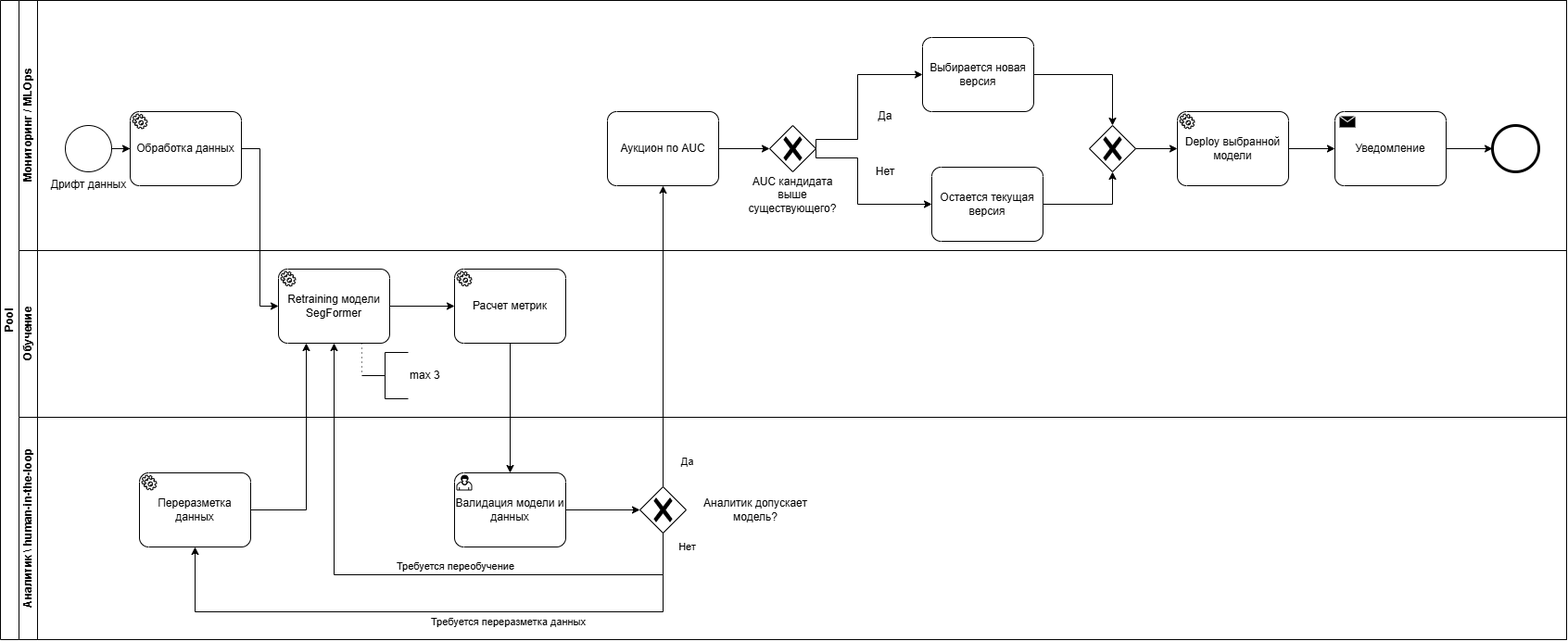
Above: автоматизация МО.drawio.png in tvsmsa/segmentation-biomarkers-ml (draw.io), before the change. Source tidied: cells renumbered, new cells last; positions are measured from the earlier drawing's top-left corner, leaving out a move shared by most shapes.
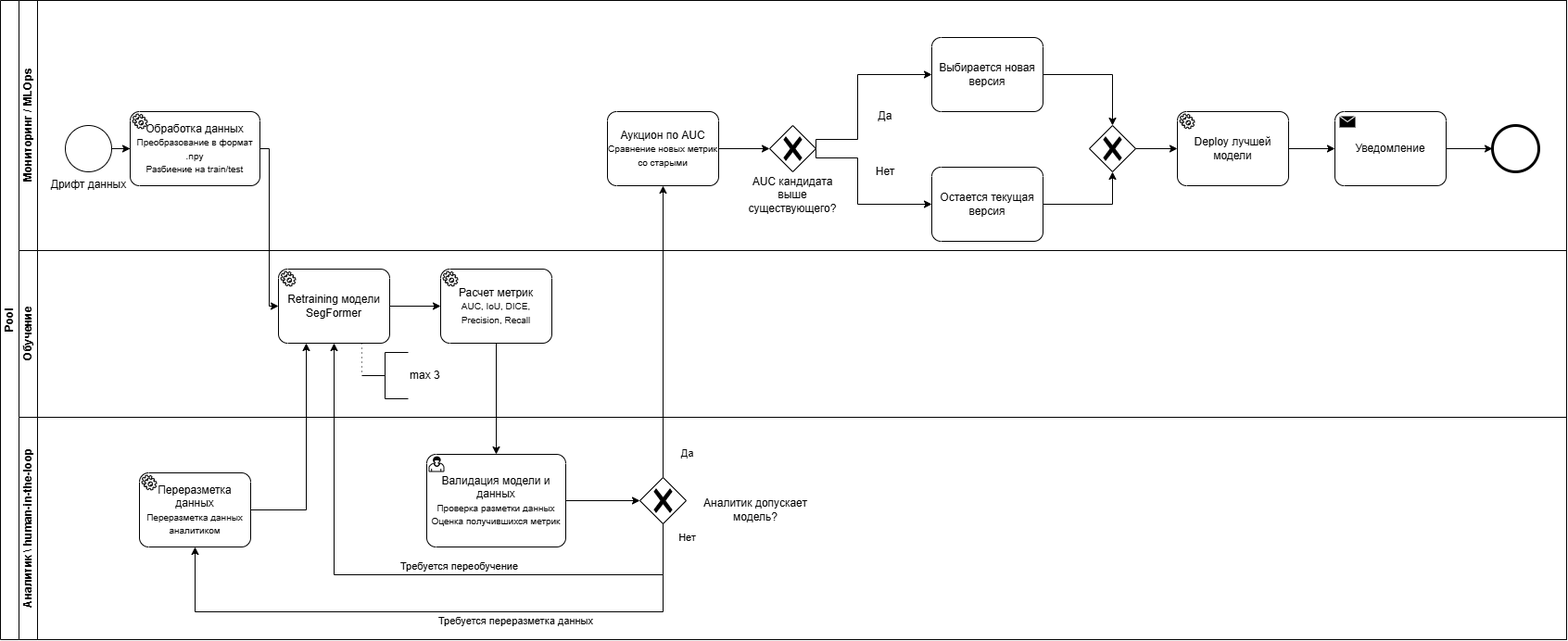
Later version of the same file.

The edit, as a diff of the source:
```diff
@@ -14,13 +14,13 @@
     <mxCell id="5" style="points=[[0.145,0.145,0],[0.5,0,0],[0.855,0.145,0],[1,0.5,0],[0.855,0.855,0],[0.5,1,0],[0.145,0.855,0],[0,0.5,0]];shape=mxgraph.bpmn.event;html=1;verticalLabelPosition=bottom;labelBackgroundColor=#ffffff;verticalAlign=top;align=center;perimeter=ellipsePerimeter;outlineConnect=0;outline=end;symbol=terminate2;" parent="3" vertex="1">
       <mxGeometry x="1590" y="135" width="50" height="50" as="geometry" />
     </mxCell>
-    <mxCell id="6" value="Обработка данных" style="points=[[0.25,0,0],[0.5,0,0],[0.75,0,0],[1,0.25,0],[1,0.5,0],[1,0.75,0],[0.75,1,0],[0.5,1,0],[0.25,1,0],[0,0.75,0],[0,0.5,0],[0,0.25,0]];shape=mxgraph.bpmn.task2;whiteSpace=wrap;rectStyle=rounded;size=10;html=1;taskMarker=service;" parent="3" vertex="1">
-      <mxGeometry x="120" y="120" width="120" height="80" as="geometry" />
+    <mxCell id="6" value="Обработка данных&lt;div&gt;&lt;font size=&quot;1&quot;&gt;Преобразование в формат .npy&lt;br&gt;Разбиение на train/test&lt;/font&gt;&lt;/div&gt;" style="points=[[0.25,0,0],[0.5,0,0],[0.75,0,0],[1,0.25,0],[1,0.5,0],[1,0.75,0],[0.75,1,0],[0.5,1,0],[0.25,1,0],[0,0.75,0],[0,0.5,0],[0,0.25,0]];shape=mxgraph.bpmn.task2;whiteSpace=wrap;rectStyle=rounded;size=10;html=1;taskMarker=service;" parent="3" vertex="1">
+      <mxGeometry x="120" y="120" width="140" height="80" as="geometry" />
     </mxCell>
     <mxCell id="7" style="edgeStyle=orthogonalEdgeStyle;rounded=0;jettySize=auto;html=1;entryX=0;entryY=0.5;entryDx=0;entryDy=0;entryPerimeter=0;" parent="3" edge="1" source="4" target="6">
       <mxGeometry relative="1" as="geometry" />
     </mxCell>
-    <mxCell id="8" value="Аукцион по AUC" style="points=[[0.25,0,0],[0.5,0,0],[0.75,0,0],[1,0.25,0],[1,0.5,0],[1,0.75,0],[0.75,1,0],[0.5,1,0],[0.25,1,0],[0,0.75,0],[0,0.5,0],[0,0.25,0]];shape=mxgraph.bpmn.task2;whiteSpace=wrap;rectStyle=rounded;size=10;html=1;taskMarker=abstract;" parent="3" vertex="1">
+    <mxCell id="8" value="Аукцион по AUC&lt;br&gt;&lt;font size=&quot;1&quot;&gt;Сравнение новых метрик со старыми&lt;/font&gt;" style="points=[[0.25,0,0],[0.5,0,0],[0.75,0,0],[1,0.25,0],[1,0.5,0],[1,0.75,0],[0.75,1,0],[0.5,1,0],[0.25,1,0],[0,0.75,0],[0,0.5,0],[0,0.25,0]];shape=mxgraph.bpmn.task2;whiteSpace=wrap;rectStyle=rounded;size=10;html=1;taskMarker=abstract;" parent="3" vertex="1">
       <mxGeometry x="635" y="120" width="120" height="80" as="geometry" />
     </mxCell>
     <mxCell id="9" style="edgeStyle=orthogonalEdgeStyle;rounded=0;jettySize=auto;html=1;entryX=0.5;entryY=1;entryDx=0;entryDy=0;entryPerimeter=0;exitX=1;exitY=0.5;exitDx=0;exitDy=0;exitPerimeter=0;" parent="3" edge="1" source="16" target="11">
@@ -54,7 +54,7 @@
       </mxGeometry>
     </mxCell>
     <mxCell id="15" value="&lt;span style=&quot;background-color: rgb(255, 255, 255);&quot;&gt;Выбирается новая версия&lt;/span&gt;" style="points=[[0.25,0,0],[0.5,0,0],[0.75,0,0],[1,0.25,0],[1,0.5,0],[1,0.75,0],[0.75,1,0],[0.5,1,0],[0.25,1,0],[0,0.75,0],[0,0.5,0],[0,0.25,0]];shape=mxgraph.bpmn.task2;whiteSpace=wrap;rectStyle=rounded;size=10;html=1;taskMarker=abstract;" parent="3" vertex="1">
-      <mxGeometry x="975" y="40" width="120" height="80" as="geometry" />
+      <mxGeometry x="985" y="40" width="120" height="80" as="geometry" />
     </mxCell>
     <mxCell id="16" value="&lt;span style=&quot;background-color: rgb(255, 255, 255);&quot;&gt;Остается текущая версия&lt;/span&gt;" style="points=[[0.25,0,0],[0.5,0,0],[0.75,0,0],[1,0.25,0],[1,0.5,0],[1,0.75,0],[0.75,1,0],[0.5,1,0],[0.25,1,0],[0,0.75,0],[0,0.5,0],[0,0.25,0]];shape=mxgraph.bpmn.task2;whiteSpace=wrap;rectStyle=rounded;size=10;html=1;taskMarker=abstract;" parent="3" vertex="1">
       <mxGeometry x="985" y="180" width="120" height="80" as="geometry" />
@@ -71,7 +71,7 @@
     <mxCell id="20" value="Уведомление" style="points=[[0.25,0,0],[0.5,0,0],[0.75,0,0],[1,0.25,0],[1,0.5,0],[1,0.75,0],[0.75,1,0],[0.5,1,0],[0.25,1,0],[0,0.75,0],[0,0.5,0],[0,0.25,0]];shape=mxgraph.bpmn.task2;whiteSpace=wrap;rectStyle=rounded;size=10;html=1;taskMarker=send;" parent="3" vertex="1">
       <mxGeometry x="1420" y="120" width="120" height="80" as="geometry" />
     </mxCell>
-    <mxCell id="21" value="Deploy выбранной модели" style="points=[[0.25,0,0],[0.5,0,0],[0.75,0,0],[1,0.25,0],[1,0.5,0],[1,0.75,0],[0.75,1,0],[0.5,1,0],[0.25,1,0],[0,0.75,0],[0,0.5,0],[0,0.25,0]];shape=mxgraph.bpmn.task2;whiteSpace=wrap;rectStyle=rounded;size=10;html=1;taskMarker=service;" parent="3" vertex="1">
+    <mxCell id="21" value="Deploy лучшей модели" style="points=[[0.25,0,0],[0.5,0,0],[0.75,0,0],[1,0.25,0],[1,0.5,0],[1,0.75,0],[0.75,1,0],[0.5,1,0],[0.25,1,0],[0,0.75,0],[0,0.5,0],[0,0.25,0]];shape=mxgraph.bpmn.task2;whiteSpace=wrap;rectStyle=rounded;size=10;html=1;taskMarker=service;" parent="3" vertex="1">
       <mxGeometry x="1250" y="120" width="120" height="80" as="geometry" />
     </mxCell>
     <mxCell id="22" style="edgeStyle=orthogonalEdgeStyle;rounded=0;jettySize=auto;html=1;entryX=0;entryY=0.5;entryDx=0;entryDy=0;entryPerimeter=0;" parent="3" edge="1" source="11" target="21">
@@ -101,17 +101,17 @@
     <mxCell id="30" style="edgeStyle=orthogonalEdgeStyle;rounded=0;jettySize=auto;html=1;entryX=0;entryY=0.5;entryDx=0;entryDy=0;entryPerimeter=0;" parent="26" edge="1" source="27" target="31">
       <mxGeometry relative="1" as="geometry" />
     </mxCell>
-    <mxCell id="31" value="Расчет метрик" style="points=[[0.25,0,0],[0.5,0,0],[0.75,0,0],[1,0.25,0],[1,0.5,0],[1,0.75,0],[0.75,1,0],[0.5,1,0],[0.25,1,0],[0,0.75,0],[0,0.5,0],[0,0.25,0]];shape=mxgraph.bpmn.task2;whiteSpace=wrap;rectStyle=rounded;size=10;html=1;taskMarker=service;" parent="26" vertex="1">
-      <mxGeometry x="470" y="20" width="120" height="80" as="geometry" />
+    <mxCell id="31" value="Расчет метрик&lt;br&gt;&lt;font size=&quot;1&quot;&gt;AUC, IoU, DICE, Precision, Recall&lt;/font&gt;" style="points=[[0.25,0,0],[0.5,0,0],[0.75,0,0],[1,0.25,0],[1,0.5,0],[1,0.75,0],[0.75,1,0],[0.5,1,0],[0.25,1,0],[0,0.75,0],[0,0.5,0],[0,0.25,0]];shape=mxgraph.bpmn.task2;whiteSpace=wrap;rectStyle=rounded;size=10;html=1;taskMarker=service;" parent="26" vertex="1">
+      <mxGeometry x="455" y="20" width="120" height="80" as="geometry" />
     </mxCell>
     <mxCell id="32" value="Аналитик \ human-in-the-loop" style="swimlane;html=1;startSize=20;horizontal=0;" parent="2" vertex="1">
       <mxGeometry x="20" y="450" width="1670" height="240" as="geometry" />
     </mxCell>
-    <mxCell id="33" value="Валидация модели и данных" style="points=[[0.25,0,0],[0.5,0,0],[0.75,0,0],[1,0.25,0],[1,0.5,0],[1,0.75,0],[0.75,1,0],[0.5,1,0],[0.25,1,0],[0,0.75,0],[0,0.5,0],[0,0.25,0]];shape=mxgraph.bpmn.task2;whiteSpace=wrap;rectStyle=rounded;size=10;html=1;taskMarker=user;" parent="32" vertex="1">
-      <mxGeometry x="470" y="60" width="120" height="80" as="geometry" />
+    <mxCell id="33" value="Валидация модели и данных&lt;br&gt;&lt;font style=&quot;font-size: 10px;&quot;&gt;Проверка разметки данных&lt;br&gt;Оценка получившихся метрик&lt;/font&gt;" style="points=[[0.25,0,0],[0.5,0,0],[0.75,0,0],[1,0.25,0],[1,0.5,0],[1,0.75,0],[0.75,1,0],[0.5,1,0],[0.25,1,0],[0,0.75,0],[0,0.5,0],[0,0.25,0]];shape=mxgraph.bpmn.task2;whiteSpace=wrap;rectStyle=rounded;size=10;html=1;taskMarker=user;" parent="32" vertex="1">
+      <mxGeometry x="440" y="40" width="150" height="100" as="geometry" />
     </mxCell>
     <mxCell id="34" style="points=[[0.25,0.25,0],[0.5,0,0],[0.75,0.25,0],[1,0.5,0],[0.75,0.75,0],[0.5,1,0],[0.25,0.75,0],[0,0.5,0]];shape=mxgraph.bpmn.gateway2;html=1;verticalLabelPosition=bottom;labelBackgroundColor=#ffffff;verticalAlign=top;align=center;perimeter=rhombusPerimeter;outlineConnect=0;outline=none;symbol=none;gwType=exclusive;" parent="32" vertex="1">
-      <mxGeometry x="670" y="75" width="50" height="50" as="geometry" />
+      <mxGeometry x="670" y="65" width="50" height="50" as="geometry" />
     </mxCell>
     <mxCell id="35" value="Аналитик допускает модель?" style="text;html=1;whiteSpace=wrap;strokeColor=none;fillColor=none;align=center;verticalAlign=middle;rounded=0;" parent="32" vertex="1">
       <mxGeometry x="730" y="75" width="130" height="50" as="geometry" />
@@ -138,7 +138,7 @@
         <mxPoint x="27" y="-16" as="offset" />
       </mxGeometry>
     </mxCell>
-    <mxCell id="40" value="Переразметка данных" style="points=[[0.25,0,0],[0.5,0,0],[0.75,0,0],[1,0.25,0],[1,0.5,0],[1,0.75,0],[0.75,1,0],[0.5,1,0],[0.25,1,0],[0,0.75,0],[0,0.5,0],[0,0.25,0]];shape=mxgraph.bpmn.task2;whiteSpace=wrap;rectStyle=rounded;size=10;html=1;taskMarker=service;" parent="32" vertex="1">
+    <mxCell id="40" value="Переразметка данных&lt;br&gt;&lt;font size=&quot;1&quot;&gt;Переразметка данных аналитиком&lt;/font&gt;" style="points=[[0.25,0,0],[0.5,0,0],[0.75,0,0],[1,0.25,0],[1,0.5,0],[1,0.75,0],[0.75,1,0],[0.5,1,0],[0.25,1,0],[0,0.75,0],[0,0.5,0],[0,0.25,0]];shape=mxgraph.bpmn.task2;whiteSpace=wrap;rectStyle=rounded;size=10;html=1;taskMarker=service;" parent="32" vertex="1">
       <mxGeometry x="130" y="60" width="120" height="80" as="geometry" />
     </mxCell>
     <mxCell id="41" style="edgeStyle=orthogonalEdgeStyle;rounded=0;jettySize=auto;html=1;entryX=0.5;entryY=1;entryDx=0;entryDy=0;entryPerimeter=0;" parent="2" edge="1" source="34" target="8">
@@ -153,7 +153,12 @@
       <mxGeometry relative="1" as="geometry" />
     </mxCell>
     <mxCell id="44" style="edgeStyle=orthogonalEdgeStyle;rounded=0;jettySize=auto;html=1;entryX=0;entryY=0.5;entryDx=0;entryDy=0;entryPerimeter=0;" parent="2" edge="1" source="6" target="27">
-      <mxGeometry relative="1" as="geometry" />
+      <mxGeometry relative="1" as="geometry">
+        <Array as="points">
+          <mxPoint x="290" y="160" />
+          <mxPoint x="290" y="330" />
+        </Array>
+      </mxGeometry>
     </mxCell>
     <mxCell id="45" style="edgeStyle=orthogonalEdgeStyle;rounded=0;jettySize=auto;html=1;entryX=0.25;entryY=1;entryDx=0;entryDy=0;entryPerimeter=0;" parent="2" edge="1" source="40" target="27">
       <mxGeometry relative="1" as="geometry" />
```
